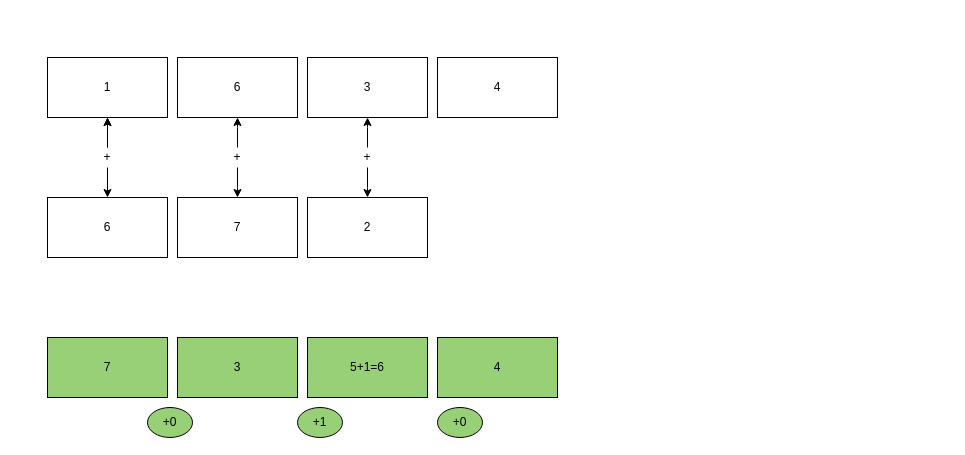
Earlier version of the draw.io diagram algorithm.drawio (luodongseu/diagrams). Source tidied: cells renumbered, new cells numbered last; positions are measured from the earlier drawing's top-left corner, leaving out a move shared by most shapes. Both pictures are drawn from the tidied source at 100%, with x=0, y=0 at pixel (47, 57).
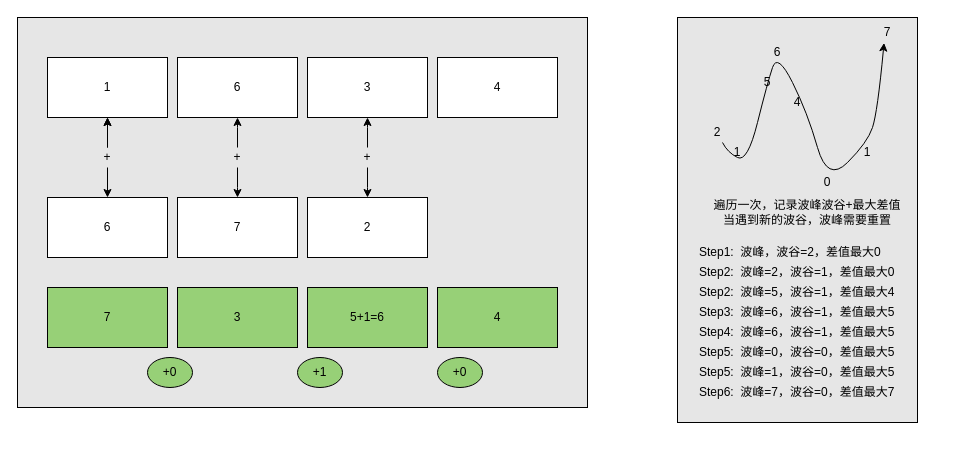
The same page after the edit.

Diff of the diagram source:
```diff
@@
+    <mxCell id="26" style="rounded=0;whiteSpace=wrap;html=1;fillColor=#E6E6E6;" parent="1" vertex="1">
+      <mxGeometry x="630" y="-40" width="240" height="405" as="geometry" />
+    </mxCell>
+    <mxCell id="27" style="rounded=0;whiteSpace=wrap;html=1;fillColor=#E6E6E6;" parent="1" vertex="1">
+      <mxGeometry x="-30" y="-40" width="570" height="390" as="geometry" />
+    </mxCell>
@@
     <mxCell id="13" value="7" style="rounded=0;whiteSpace=wrap;html=1;fillColor=#97D077;" parent="1" vertex="1">
-      <mxGeometry y="280" width="120" height="60" as="geometry" />
+      <mxGeometry y="230" width="120" height="60" as="geometry" />
     </mxCell>
     <mxCell id="14" value="+0" style="ellipse;whiteSpace=wrap;html=1;fillColor=#97D077;" parent="1" vertex="1">
-      <mxGeometry x="100" y="350" width="45" height="30" as="geometry" />
+      <mxGeometry x="100" y="300" width="45" height="30" as="geometry" />
     </mxCell>
@@
     <mxCell id="18" value="3" style="rounded=0;whiteSpace=wrap;html=1;fillColor=#97D077;" parent="1" vertex="1">
-      <mxGeometry x="130" y="280" width="120" height="60" as="geometry" />
+      <mxGeometry x="130" y="230" width="120" height="60" as="geometry" />
     </mxCell>
     <mxCell id="19" value="+1" style="ellipse;whiteSpace=wrap;html=1;fillColor=#97D077;" parent="1" vertex="1">
-      <mxGeometry x="250" y="350" width="45" height="30" as="geometry" />
+      <mxGeometry x="250" y="300" width="45" height="30" as="geometry" />
     </mxCell>
@@
     <mxCell id="23" value="5+1=6" style="rounded=0;whiteSpace=wrap;html=1;fillColor=#97D077;" parent="1" vertex="1">
-      <mxGeometry x="260" y="280" width="120" height="60" as="geometry" />
+      <mxGeometry x="260" y="230" width="120" height="60" as="geometry" />
     </mxCell>
     <mxCell id="24" value="+0" style="ellipse;whiteSpace=wrap;html=1;fillColor=#97D077;" parent="1" vertex="1">
-      <mxGeometry x="390" y="350" width="45" height="30" as="geometry" />
+      <mxGeometry x="390" y="300" width="45" height="30" as="geometry" />
     </mxCell>
     <mxCell id="25" value="4" style="rounded=0;whiteSpace=wrap;html=1;fillColor=#97D077;" parent="1" vertex="1">
-      <mxGeometry x="390" y="280" width="120" height="60" as="geometry" />
+      <mxGeometry x="390" y="230" width="120" height="60" as="geometry" />
     </mxCell>
+    <mxCell id="28" value="2" style="text;html=1;strokeColor=none;fillColor=none;align=center;verticalAlign=middle;whiteSpace=wrap;rounded=0;" parent="1" vertex="1">
+      <mxGeometry x="650" y="65" width="40" height="20" as="geometry" />
+    </mxCell>
+    <mxCell id="29" value="1" style="text;html=1;strokeColor=none;fillColor=none;align=center;verticalAlign=middle;whiteSpace=wrap;rounded=0;" parent="1" vertex="1">
+      <mxGeometry x="670" y="85" width="40" height="20" as="geometry" />
+    </mxCell>
+    <mxCell id="30" value="5" style="text;html=1;strokeColor=none;fillColor=none;align=center;verticalAlign=middle;whiteSpace=wrap;rounded=0;" parent="1" vertex="1">
+      <mxGeometry x="700" y="15" width="40" height="20" as="geometry" />
+    </mxCell>
+    <mxCell id="31" value="6" style="text;html=1;strokeColor=none;fillColor=none;align=center;verticalAlign=middle;whiteSpace=wrap;rounded=0;" parent="1" vertex="1">
+      <mxGeometry x="710" y="-15" width="40" height="20" as="geometry" />
+    </mxCell>
+    <mxCell id="32" value="4" style="text;html=1;strokeColor=none;fillColor=none;align=center;verticalAlign=middle;whiteSpace=wrap;rounded=0;" parent="1" vertex="1">
+      <mxGeometry x="730" y="35" width="40" height="20" as="geometry" />
+    </mxCell>
+    <mxCell id="33" value="0" style="text;html=1;strokeColor=none;fillColor=none;align=center;verticalAlign=middle;whiteSpace=wrap;rounded=0;" parent="1" vertex="1">
+      <mxGeometry x="760" y="115" width="40" height="20" as="geometry" />
+    </mxCell>
+    <mxCell id="34" value="1" style="text;html=1;strokeColor=none;fillColor=none;align=center;verticalAlign=middle;whiteSpace=wrap;rounded=0;" parent="1" vertex="1">
+      <mxGeometry x="800" y="85" width="40" height="20" as="geometry" />
+    </mxCell>
+    <mxCell id="35" value="7" style="text;html=1;strokeColor=none;fillColor=none;align=center;verticalAlign=middle;whiteSpace=wrap;rounded=0;" parent="1" vertex="1">
+      <mxGeometry x="820" y="-35" width="40" height="20" as="geometry" />
+    </mxCell>
+    <mxCell id="36" style="curved=1;endArrow=classic;html=1;entryX=0.414;entryY=1.021;entryDx=0;entryDy=0;entryPerimeter=0;" parent="1" edge="1" source="28" target="35">
+      <mxGeometry relative="1" as="geometry">
+        <Array as="points">
+          <mxPoint x="680" y="95" />
+          <mxPoint x="700" y="105" />
+          <mxPoint x="720" y="25" />
+          <mxPoint x="730" y="-5" />
+          <mxPoint x="760" y="55" />
+          <mxPoint x="780" y="125" />
+          <mxPoint x="820" y="85" />
+          <mxPoint x="830" y="55" />
+        </Array>
+      </mxGeometry>
+    </mxCell>
+    <mxCell id="37" value="遍历一次，记录波峰波谷+最大差值&lt;br&gt;当遇到新的波谷，波峰需要重置" style="text;html=1;strokeColor=none;fillColor=none;align=center;verticalAlign=middle;whiteSpace=wrap;rounded=0;" parent="1" vertex="1">
+      <mxGeometry x="620" y="145" width="280" height="20" as="geometry" />
+    </mxCell>
+    <mxCell id="38" value="Step1:&amp;nbsp; 波峰，波谷=2，差值最大0" style="text;html=1;strokeColor=none;fillColor=none;align=left;verticalAlign=middle;whiteSpace=wrap;rounded=0;" parent="1" vertex="1">
+      <mxGeometry x="650" y="185" width="190" height="20" as="geometry" />
+    </mxCell>
+    <mxCell id="39" value="Step2:&amp;nbsp; 波峰=2，波谷=1，差值最大0" style="text;html=1;strokeColor=none;fillColor=none;align=left;verticalAlign=middle;whiteSpace=wrap;rounded=0;" parent="1" vertex="1">
+      <mxGeometry x="650" y="205" width="200" height="20" as="geometry" />
+    </mxCell>
+    <mxCell id="40" value="Step2:&amp;nbsp; 波峰=5，波谷=1，差值最大4" style="text;html=1;strokeColor=none;fillColor=none;align=left;verticalAlign=middle;whiteSpace=wrap;rounded=0;" parent="1" vertex="1">
+      <mxGeometry x="650" y="225" width="200" height="20" as="geometry" />
+    </mxCell>
+    <mxCell id="41" value="Step3:&amp;nbsp; 波峰=6，波谷=1，差值最大5" style="text;html=1;strokeColor=none;fillColor=none;align=left;verticalAlign=middle;whiteSpace=wrap;rounded=0;" parent="1" vertex="1">
+      <mxGeometry x="650" y="245" width="200" height="20" as="geometry" />
+    </mxCell>
+    <mxCell id="42" value="Step4:&amp;nbsp; 波峰=6，波谷=1，差值最大5" style="text;html=1;strokeColor=none;fillColor=none;align=left;verticalAlign=middle;whiteSpace=wrap;rounded=0;" parent="1" vertex="1">
+      <mxGeometry x="650" y="265" width="200" height="20" as="geometry" />
+    </mxCell>
+    <mxCell id="43" value="Step5:&amp;nbsp; 波峰=0，波谷=0，差值最大5" style="text;html=1;strokeColor=none;fillColor=none;align=left;verticalAlign=middle;whiteSpace=wrap;rounded=0;" parent="1" vertex="1">
+      <mxGeometry x="650" y="285" width="200" height="20" as="geometry" />
+    </mxCell>
+    <mxCell id="44" value="Step5:&amp;nbsp; 波峰=1，波谷=0，差值最大5" style="text;html=1;strokeColor=none;fillColor=none;align=left;verticalAlign=middle;whiteSpace=wrap;rounded=0;" parent="1" vertex="1">
+      <mxGeometry x="650" y="305" width="210" height="20" as="geometry" />
+    </mxCell>
+    <mxCell id="45" value="Step6:&amp;nbsp; 波峰=7，波谷=0，差值最大7" style="text;html=1;strokeColor=none;fillColor=none;align=left;verticalAlign=middle;whiteSpace=wrap;rounded=0;" parent="1" vertex="1">
+      <mxGeometry x="650" y="325" width="210" height="20" as="geometry" />
+    </mxCell>
```
